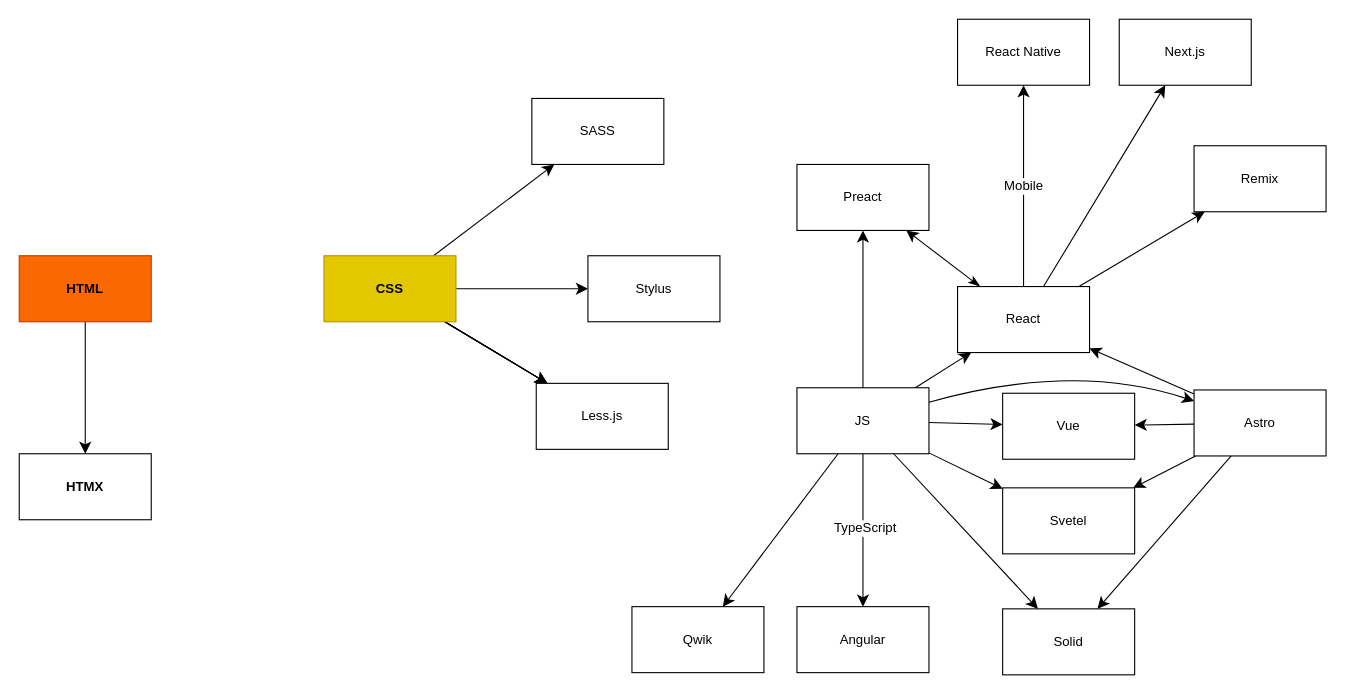
This is page "Frontend" (3 of 4) of Technologies.drawio from sunflynf/diagram-only, a draw.io file, before an edit. Source tidied: cells renumbered, new cells numbered last; positions are measured from the earlier drawing's top-left corner, leaving out a move shared by most shapes. Both pictures are drawn from the tidied source at 110%, with x=0, y=0 at pixel (19, 19).
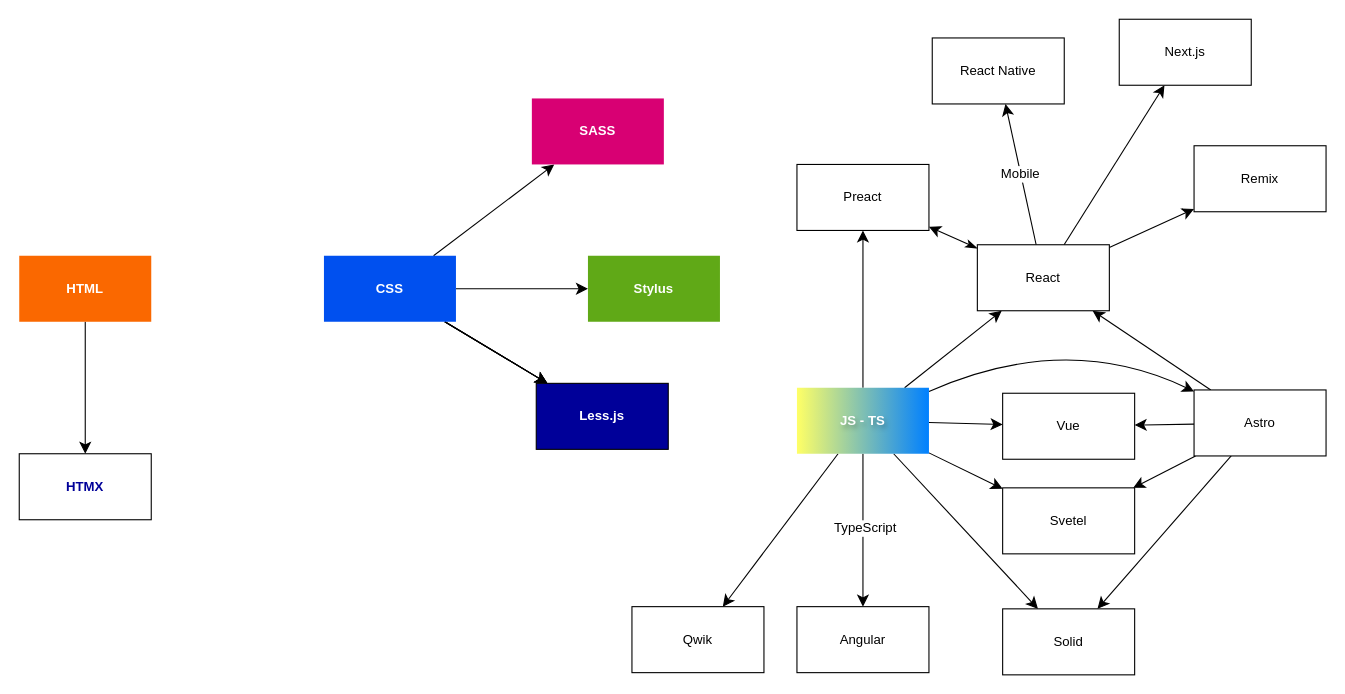
Above is the later version.

The change refers to these unchanged cells:
```xml
<mxCell id="42" value="Astro" style="whiteSpace=wrap;html=1;" parent="1" vertex="1">
  <mxGeometry x="1068" y="337" width="120" height="60" as="geometry" />
</mxCell>
```

What changed in the source:
```diff
@@
-    <mxCell id="3" value="HTML" style="whiteSpace=wrap;html=1;fillColor=#fa6800;fontColor=#000000;strokeColor=#C73500;fontStyle=1;" parent="1" vertex="1">
+    <mxCell id="3" value="HTML" style="whiteSpace=wrap;html=1;fillColor=#fa6800;fontColor=#FFFFFF;strokeColor=none;fontStyle=1;" parent="1" vertex="1">
       <mxGeometry y="215" width="120" height="60" as="geometry" />
     </mxCell>
@@
-    <mxCell id="10" value="CSS" style="whiteSpace=wrap;html=1;fillColor=#e3c800;strokeColor=#B09500;fontStyle=1;fontColor=#000000;" parent="1" vertex="1">
+    <mxCell id="10" value="CSS" style="whiteSpace=wrap;html=1;fillColor=#0050ef;strokeColor=none;fontStyle=1;fontColor=#ffffff;" parent="1" vertex="1">
       <mxGeometry x="277" y="215" width="120" height="60" as="geometry" />
     </mxCell>
-    <mxCell id="11" value="SASS" style="whiteSpace=wrap;html=1;" parent="1" vertex="1">
+    <mxCell id="11" value="SASS" style="whiteSpace=wrap;html=1;fillColor=#d80073;fontColor=#ffffff;strokeColor=none;fontStyle=1;" parent="1" vertex="1">
       <mxGeometry x="466" y="72" width="120" height="60" as="geometry" />
     </mxCell>
-    <mxCell id="12" value="&lt;div&gt;Less.js&lt;/div&gt;" style="whiteSpace=wrap;html=1;" parent="1" vertex="1">
+    <mxCell id="12" value="&lt;div&gt;Less.js&lt;/div&gt;" style="whiteSpace=wrap;html=1;strokeColor=default;fillColor=#000099;fontColor=#FFFFFF;fontStyle=1;" parent="1" vertex="1">
       <mxGeometry x="470" y="331" width="120" height="60" as="geometry" />
     </mxCell>
-    <mxCell id="13" value="Stylus" style="whiteSpace=wrap;html=1;" parent="1" vertex="1">
+    <mxCell id="13" value="Stylus" style="whiteSpace=wrap;html=1;fillColor=#60a917;fontColor=#ffffff;strokeColor=none;fontStyle=1;" parent="1" vertex="1">
       <mxGeometry x="517" y="215" width="120" height="60" as="geometry" />
     </mxCell>
-    <mxCell id="14" value="HTMX" style="whiteSpace=wrap;html=1;fontStyle=1;" parent="1" vertex="1">
+    <mxCell id="14" value="HTMX" style="whiteSpace=wrap;html=1;fontStyle=1;fontColor=#000099;" parent="1" vertex="1">
       <mxGeometry y="395" width="120" height="60" as="geometry" />
     </mxCell>
@@
     <mxCell id="22" style="edgeStyle=none;curved=1;rounded=0;jettySize=auto;html=1;fontSize=12;startSize=8;endSize=8;" parent="1" edge="1" source="24" target="42">
       <mxGeometry relative="1" as="geometry">
         <Array as="points">
-          <mxPoint x="959" y="311" />
+          <mxPoint x="952" y="283" />
         </Array>
       </mxGeometry>
     </mxCell>
@@
-    <mxCell id="24" value="JS" style="whiteSpace=wrap;html=1;" parent="1" vertex="1">
+    <mxCell id="24" value="JS - TS" style="whiteSpace=wrap;html=1;fillColor=#FFFF66;gradientColor=#0080ff;gradientDirection=east;fontStyle=1;textShadow=1;fontColor=#FFFFFF;strokeColor=none;" parent="1" vertex="1">
       <mxGeometry x="707" y="335" width="120" height="60" as="geometry" />
     </mxCell>
@@
     <mxCell id="30" value="React" style="whiteSpace=wrap;html=1;" parent="1" vertex="1">
-      <mxGeometry x="853" y="243" width="120" height="60" as="geometry" />
+      <mxGeometry x="871" y="205" width="120" height="60" as="geometry" />
     </mxCell>
@@
     <mxCell id="35" value="&lt;div&gt;React Native&lt;/div&gt;" style="whiteSpace=wrap;html=1;" parent="1" vertex="1">
-      <mxGeometry x="853" width="120" height="60" as="geometry" />
+      <mxGeometry x="830" y="17" width="120" height="60" as="geometry" />
     </mxCell>
```
